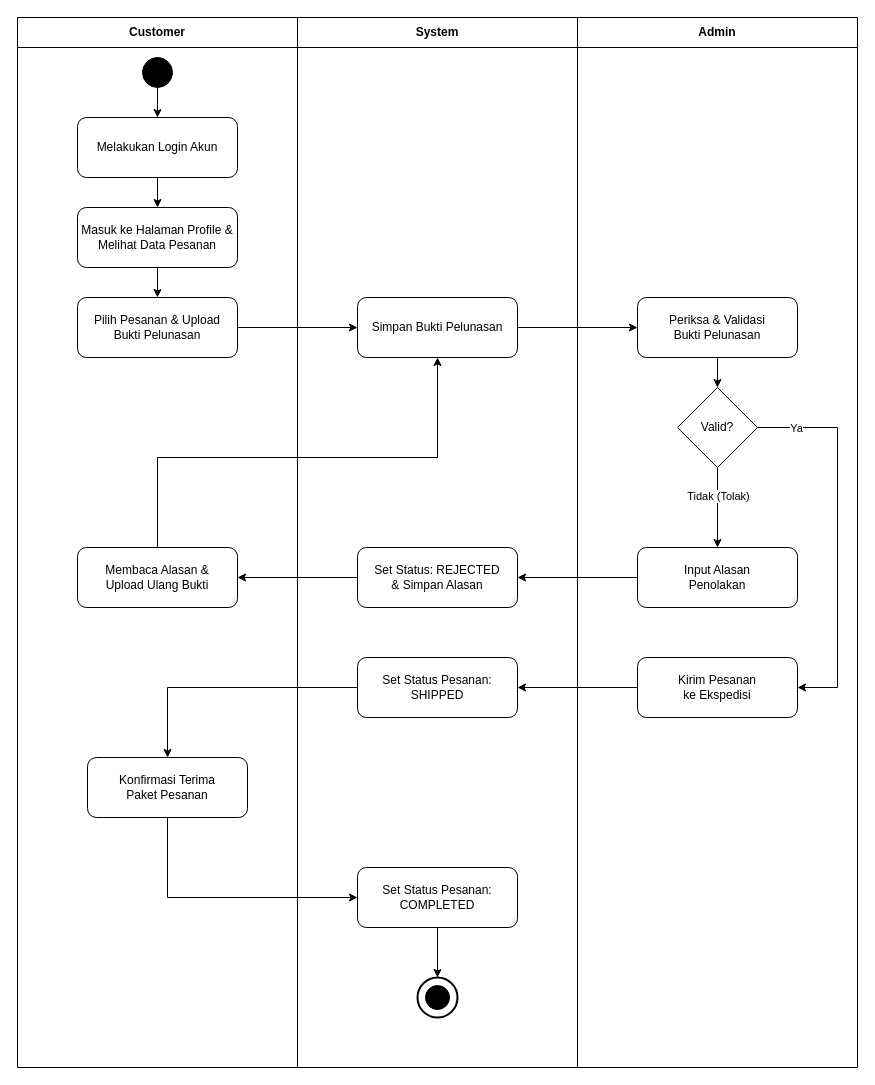
Fahrul23/BenuaKertasApps keeps this draw.io diagram as client/src/diagram/activity/AD_4_Pelunasan_Selesai.drawio. Above is the earlier version. Source tidied: cells renumbered, new cells numbered last; positions are measured from the earlier drawing's top-left corner, leaving out a move shared by most shapes. Both pictures are drawn from the tidied source at 100%, with x=0, y=0 at pixel (17, 17).
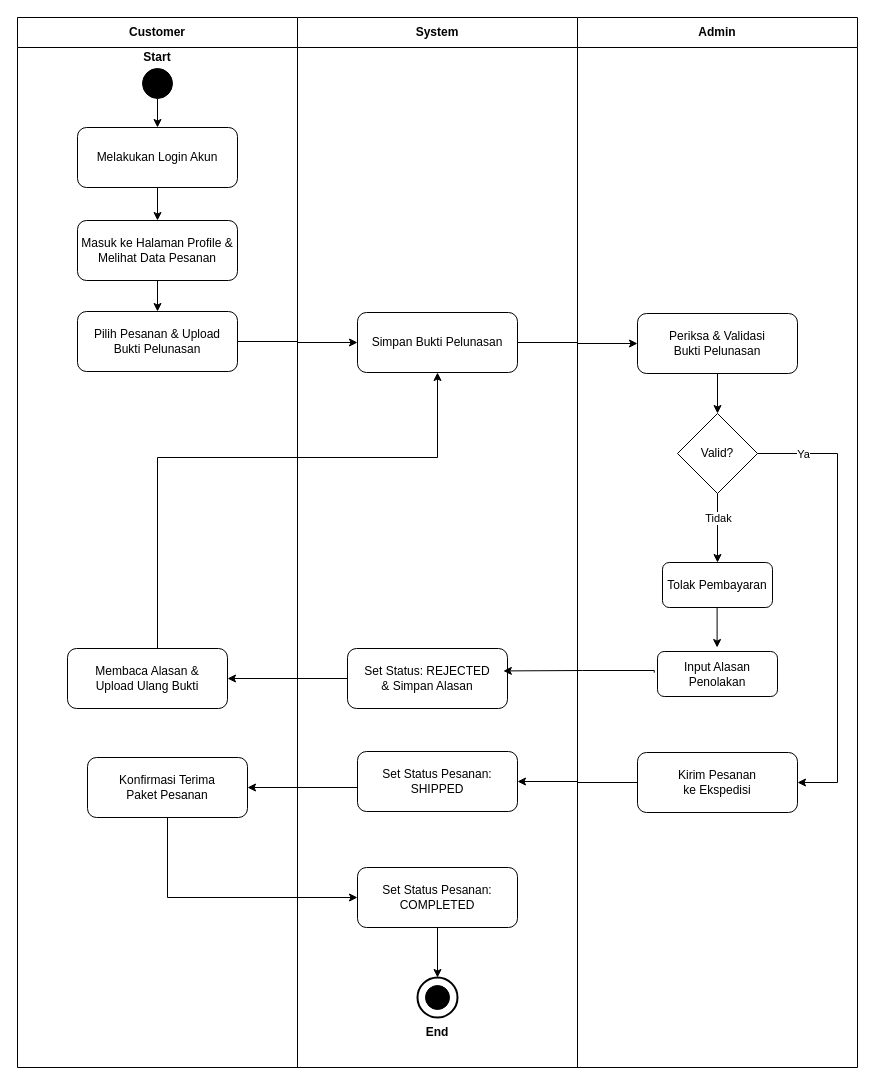
After the change.

The change refers to these unchanged cells:
```xml
<mxCell id="2" value="Customer" style="swimlane;whiteSpace=wrap;html=1;startSize=30;fillColor=#ffffff;strokeColor=#000000;fontColor=#000000;fontStyle=1;" parent="1" vertex="1">
  <mxGeometry width="280" height="1050" as="geometry" />
</mxCell>
<mxCell id="3" value="Konfirmasi Terima&lt;br&gt;Paket Pesanan" style="rounded=1;whiteSpace=wrap;html=1;fillColor=#ffffff;strokeColor=#000000;fontColor=#000000;" parent="2" vertex="1">
  <mxGeometry x="70" y="740" width="160" height="60" as="geometry" />
</mxCell>
<mxCell id="5" value="System" style="swimlane;whiteSpace=wrap;html=1;startSize=30;fillColor=#ffffff;strokeColor=#000000;fontColor=#000000;fontStyle=1;" parent="1" vertex="1">
  <mxGeometry x="280" width="280" height="1050" as="geometry" />
</mxCell>
<mxCell id="9" value="Admin" style="swimlane;whiteSpace=wrap;html=1;startSize=30;fillColor=#ffffff;strokeColor=#000000;fontColor=#000000;fontStyle=1;" parent="1" vertex="1">
  <mxGeometry x="560" width="280" height="1050" as="geometry" />
</mxCell>
<mxCell id="27" style="edgeStyle=orthogonalEdgeStyle;rounded=0;html=1;strokeColor=#000000;" parent="1" edge="1" source="18" target="11">
  <mxGeometry relative="1" as="geometry" />
</mxCell>
```

Change to the diagram source:
```diff
@@
     <mxCell id="4" value="Membaca Alasan &amp;&lt;br&gt;Upload Ulang Bukti" style="rounded=1;whiteSpace=wrap;html=1;fillColor=#ffffff;strokeColor=#000000;fontColor=#000000;" parent="2" vertex="1">
-      <mxGeometry x="60" y="530" width="160" height="60" as="geometry" />
+      <mxGeometry x="50" y="631" width="160" height="60" as="geometry" />
     </mxCell>
+    <mxCell id="38" value="&lt;b&gt;Start&lt;/b&gt;" style="text;html=1;whiteSpace=wrap;strokeColor=none;fillColor=none;align=center;verticalAlign=middle;rounded=0;" parent="2" vertex="1">
+      <mxGeometry x="110" y="25" width="60" height="30" as="geometry" />
+    </mxCell>
@@
     <mxCell id="7" value="Set Status Pesanan:&lt;br&gt;SHIPPED" style="rounded=1;whiteSpace=wrap;html=1;fillColor=#ffffff;strokeColor=#000000;fontColor=#000000;" parent="5" vertex="1">
-      <mxGeometry x="60" y="640" width="160" height="60" as="geometry" />
+      <mxGeometry x="60" y="734" width="160" height="60" as="geometry" />
     </mxCell>
     <mxCell id="8" value="Set Status: REJECTED&lt;br&gt;&amp; Simpan Alasan" style="rounded=1;whiteSpace=wrap;html=1;fillColor=#ffffff;strokeColor=#000000;fontColor=#000000;" parent="5" vertex="1">
-      <mxGeometry x="60" y="530" width="160" height="60" as="geometry" />
+      <mxGeometry x="50" y="631" width="160" height="60" as="geometry" />
     </mxCell>
+    <mxCell id="39" value="&lt;b&gt;End&lt;/b&gt;" style="text;html=1;whiteSpace=wrap;strokeColor=none;fillColor=none;align=center;verticalAlign=middle;rounded=0;" parent="5" vertex="1">
+      <mxGeometry x="110" y="1000" width="60" height="30" as="geometry" />
+    </mxCell>
@@
     <mxCell id="10" value="Kirim Pesanan&lt;br&gt;ke Ekspedisi" style="rounded=1;whiteSpace=wrap;html=1;fillColor=#ffffff;strokeColor=#000000;fontColor=#000000;" parent="9" vertex="1">
-      <mxGeometry x="60" y="640" width="160" height="60" as="geometry" />
+      <mxGeometry x="60" y="735" width="160" height="60" as="geometry" />
     </mxCell>
-    <mxCell id="11" value="Input Alasan&lt;br&gt;Penolakan" style="rounded=1;whiteSpace=wrap;html=1;fillColor=#ffffff;strokeColor=#000000;fontColor=#000000;" parent="9" vertex="1">
-      <mxGeometry x="60" y="530" width="160" height="60" as="geometry" />
+    <mxCell id="11" value="Tolak Pembayaran" style="rounded=1;whiteSpace=wrap;html=1;fillColor=#ffffff;strokeColor=#000000;fontColor=#000000;" parent="9" vertex="1">
+      <mxGeometry x="85" y="545" width="110" height="45" as="geometry" />
     </mxCell>
+    <mxCell id="40" value="Input Alasan&lt;br&gt;Penolakan" style="rounded=1;whiteSpace=wrap;html=1;fillColor=#ffffff;strokeColor=#000000;fontColor=#000000;" parent="9" vertex="1">
+      <mxGeometry x="80" y="634" width="120" height="45" as="geometry" />
+    </mxCell>
+    <mxCell id="41" style="edgeStyle=orthogonalEdgeStyle;rounded=0;html=1;strokeColor=#000000;" parent="9" edge="1">
+      <mxGeometry relative="1" as="geometry">
+        <mxPoint x="139.6" y="590" as="sourcePoint" />
+        <mxPoint x="139.6" y="630" as="targetPoint" />
+      </mxGeometry>
+    </mxCell>
     <mxCell id="12" style="ellipse;whiteSpace=wrap;html=1;fillColor=#000000;strokeColor=#000000;" parent="1" vertex="1">
-      <mxGeometry x="125" y="40" width="30" height="30" as="geometry" />
+      <mxGeometry x="125" y="51" width="30" height="30" as="geometry" />
     </mxCell>
     <mxCell id="13" value="Melakukan Login Akun" style="rounded=1;whiteSpace=wrap;html=1;fillColor=#ffffff;strokeColor=#000000;fontColor=#000000;" parent="1" vertex="1">
-      <mxGeometry x="60" y="100" width="160" height="60" as="geometry" />
+      <mxGeometry x="60" y="110" width="160" height="60" as="geometry" />
     </mxCell>
     <mxCell id="14" value="Masuk ke Halaman Profile &amp;&lt;br&gt;Melihat Data Pesanan" style="rounded=1;whiteSpace=wrap;html=1;fillColor=#ffffff;strokeColor=#000000;fontColor=#000000;" parent="1" vertex="1">
-      <mxGeometry x="60" y="190" width="160" height="60" as="geometry" />
+      <mxGeometry x="60" y="203" width="160" height="60" as="geometry" />
     </mxCell>
     <mxCell id="15" value="Pilih Pesanan &amp; Upload&lt;br&gt;Bukti Pelunasan" style="rounded=1;whiteSpace=wrap;html=1;fillColor=#ffffff;strokeColor=#000000;fontColor=#000000;" parent="1" vertex="1">
-      <mxGeometry x="60" y="280" width="160" height="60" as="geometry" />
+      <mxGeometry x="60" y="294" width="160" height="60" as="geometry" />
     </mxCell>
     <mxCell id="16" value="Simpan Bukti Pelunasan" style="rounded=1;whiteSpace=wrap;html=1;fillColor=#ffffff;strokeColor=#000000;fontColor=#000000;" parent="1" vertex="1">
-      <mxGeometry x="340" y="280" width="160" height="60" as="geometry" />
+      <mxGeometry x="340" y="295" width="160" height="60" as="geometry" />
     </mxCell>
     <mxCell id="17" value="Periksa &amp; Validasi&lt;br&gt;Bukti Pelunasan" style="rounded=1;whiteSpace=wrap;html=1;fillColor=#ffffff;strokeColor=#000000;fontColor=#000000;" parent="1" vertex="1">
-      <mxGeometry x="620" y="280" width="160" height="60" as="geometry" />
+      <mxGeometry x="620" y="296" width="160" height="60" as="geometry" />
     </mxCell>
     <mxCell id="18" value="Valid?" style="rhombus;whiteSpace=wrap;html=1;fillColor=#ffffff;strokeColor=#000000;fontColor=#000000;" parent="1" vertex="1">
-      <mxGeometry x="660" y="370" width="80" height="80" as="geometry" />
+      <mxGeometry x="660" y="396" width="80" height="80" as="geometry" />
     </mxCell>
@@
-    <mxCell id="28" value="Tidak (Tolak)" style="edgeLabel;html=1;align=center;verticalAlign=middle;backgroundColor=#ffffff;fontColor=#000000;" parent="27" vertex="1">
+    <mxCell id="28" value="Tidak" style="edgeLabel;html=1;align=center;verticalAlign=middle;backgroundColor=#ffffff;fontColor=#000000;" parent="27" vertex="1">
       <mxGeometry x="-0.3" relative="1" as="geometry" />
     </mxCell>
-    <mxCell id="29" style="edgeStyle=orthogonalEdgeStyle;rounded=0;html=1;strokeColor=#000000;" parent="1" edge="1" source="11" target="8">
-      <mxGeometry relative="1" as="geometry" />
-    </mxCell>
@@
     <mxCell id="32" style="edgeStyle=orthogonalEdgeStyle;rounded=0;html=1;strokeColor=#000000;exitX=1;exitY=0.5;entryX=1;entryY=0.5;" parent="1" edge="1" source="18" target="10">
       <mxGeometry relative="1" as="geometry">
         <Array as="points">
-          <mxPoint x="820" y="410" />
-          <mxPoint x="820" y="670" />
+          <mxPoint x="820" y="436" />
+          <mxPoint x="820" y="765" />
         </Array>
       </mxGeometry>
     </mxCell>
@@
-    <mxCell id="35" style="edgeStyle=orthogonalEdgeStyle;rounded=0;html=1;strokeColor=#000000;exitX=0;exitY=0.5;entryX=0.5;entryY=0;exitDx=0;exitDy=0;" parent="1" edge="1" source="7" target="3">
+    <mxCell id="35" style="edgeStyle=orthogonalEdgeStyle;rounded=0;html=1;strokeColor=#000000;exitX=0;exitY=0.5;entryX=1;entryY=0.5;exitDx=0;exitDy=0;entryDx=0;entryDy=0;" parent="1" edge="1" source="7" target="3">
       <mxGeometry relative="1" as="geometry">
         <Array as="points">
-          <mxPoint x="150" y="670" />
+          <mxPoint x="340" y="770" />
         </Array>
       </mxGeometry>
     </mxCell>
@@
+    <mxCell id="42" style="edgeStyle=orthogonalEdgeStyle;rounded=0;html=1;strokeColor=#000000;exitX=-0.027;exitY=0.471;exitDx=0;exitDy=0;exitPerimeter=0;entryX=0.974;entryY=0.374;entryDx=0;entryDy=0;entryPerimeter=0;" parent="1" edge="1" source="40" target="8">
+      <mxGeometry relative="1" as="geometry">
+        <Array as="points">
+          <mxPoint x="637" y="653" />
+          <mxPoint x="565" y="653" />
+        </Array>
+      </mxGeometry>
+    </mxCell>
```
